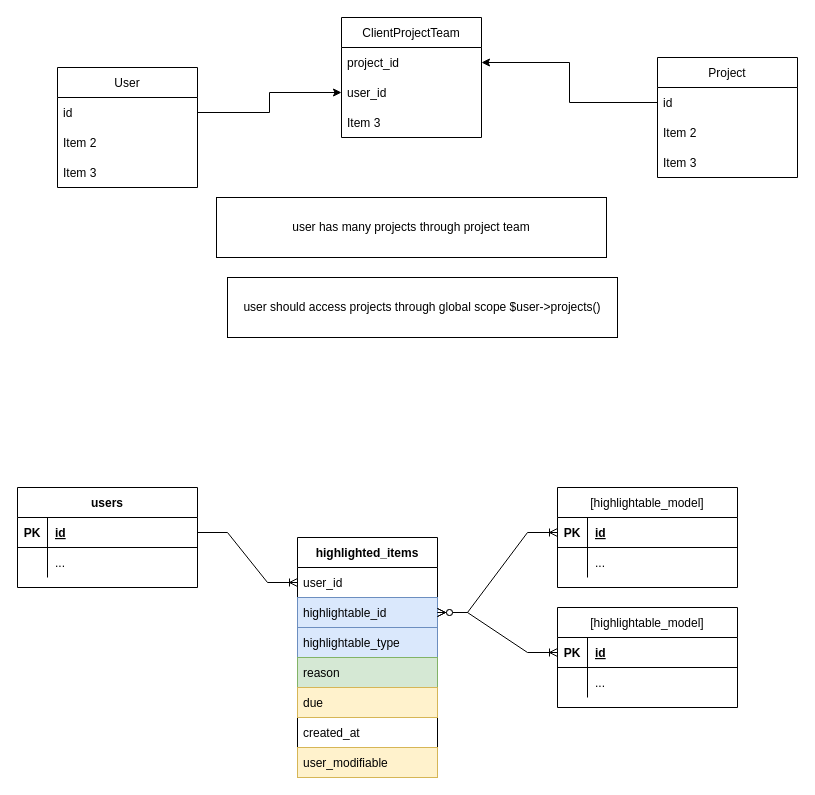
The draw.io diagram Untitled Diagram.drawio in atgote/diagrams, before the edit. Source tidied: cells renumbered, new cells numbered last; positions are measured from the earlier drawing's top-left corner, leaving out a move shared by most shapes. Both pictures are drawn from the tidied source at 100%, with x=0, y=0 at pixel (17, 17).
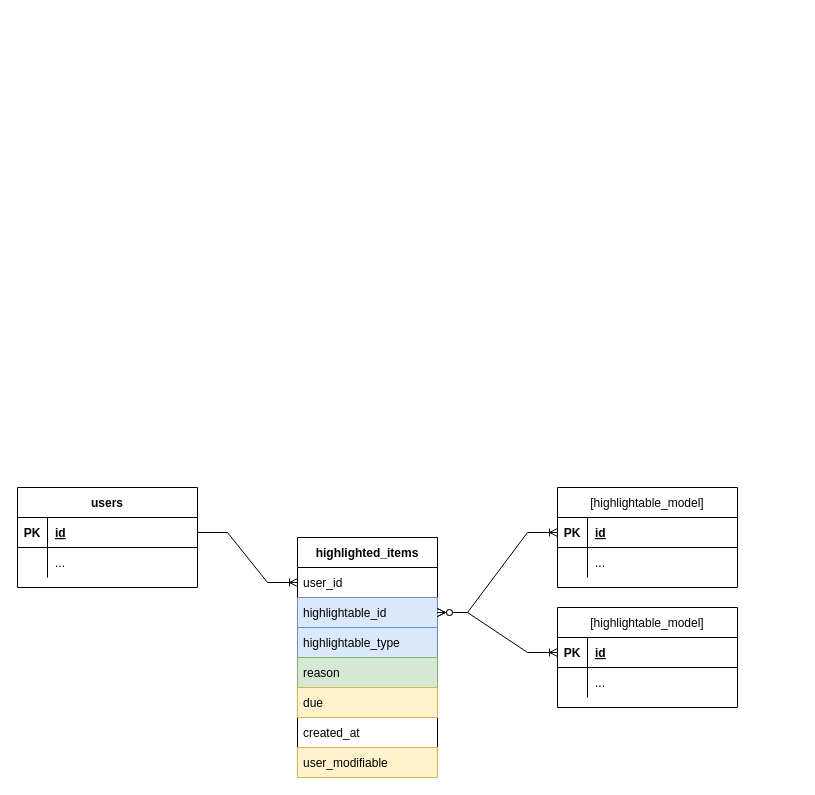
Above is the later version.

What changed in the source:
```diff
@@
-    <mxCell id="2" value="User" style="swimlane;fontStyle=0;horizontal=1;startSize=30;" parent="1" vertex="1">
-      <mxGeometry x="40" y="50" width="140" height="120" as="geometry" />
-    </mxCell>
-    <mxCell id="3" value="id" style="text;strokeColor=none;fillColor=none;align=left;verticalAlign=middle;spacingLeft=4;spacingRight=4;overflow=hidden;points=[[0,0.5],[1,0.5]];portConstraint=eastwest;" parent="2" vertex="1">
-      <mxGeometry y="30" width="140" height="30" as="geometry" />
-    </mxCell>
-    <mxCell id="4" value="Item 2" style="text;strokeColor=none;fillColor=none;align=left;verticalAlign=middle;spacingLeft=4;spacingRight=4;overflow=hidden;" parent="2" vertex="1">
-      <mxGeometry y="60" width="140" height="30" as="geometry" />
-    </mxCell>
-    <mxCell id="5" value="Item 3" style="text;strokeColor=none;fillColor=none;align=left;verticalAlign=middle;spacingLeft=4;spacingRight=4;overflow=hidden;" parent="2" vertex="1">
-      <mxGeometry y="90" width="140" height="30" as="geometry" />
-    </mxCell>
-    <mxCell id="6" value="ClientProjectTeam" style="swimlane;fontStyle=0;horizontal=1;startSize=30;" parent="1" vertex="1">
-      <mxGeometry x="324" width="140" height="120" as="geometry" />
-    </mxCell>
-    <mxCell id="7" value="project_id" style="text;strokeColor=none;fillColor=none;align=left;verticalAlign=middle;spacingLeft=4;spacingRight=4;overflow=hidden;points=[[0,0.5],[1,0.5]];portConstraint=eastwest;" parent="6" vertex="1">
-      <mxGeometry y="30" width="140" height="30" as="geometry" />
-    </mxCell>
-    <mxCell id="8" value="user_id" style="text;strokeColor=none;fillColor=none;align=left;verticalAlign=middle;spacingLeft=4;spacingRight=4;overflow=hidden;points=[[0,0.5],[1,0.5]];portConstraint=eastwest;" parent="6" vertex="1">
-      <mxGeometry y="60" width="140" height="30" as="geometry" />
-    </mxCell>
-    <mxCell id="9" value="Item 3" style="text;strokeColor=none;fillColor=none;align=left;verticalAlign=middle;spacingLeft=4;spacingRight=4;overflow=hidden;" parent="6" vertex="1">
-      <mxGeometry y="90" width="140" height="30" as="geometry" />
-    </mxCell>
-    <mxCell id="10" style="edgeStyle=orthogonalEdgeStyle;rounded=0;jettySize=auto;html=1;exitX=1;exitY=0.5;exitDx=0;exitDy=0;entryX=0;entryY=0.5;entryDx=0;entryDy=0;" parent="1" edge="1" source="3" target="8">
-      <mxGeometry relative="1" as="geometry" />
-    </mxCell>
-    <mxCell id="11" value="Project" style="swimlane;fontStyle=0;horizontal=1;startSize=30;" parent="1" vertex="1">
-      <mxGeometry x="640" y="40" width="140" height="120" as="geometry" />
-    </mxCell>
-    <mxCell id="12" value="id" style="text;strokeColor=none;fillColor=none;align=left;verticalAlign=middle;spacingLeft=4;spacingRight=4;overflow=hidden;points=[[0,0.5],[1,0.5]];portConstraint=eastwest;" parent="11" vertex="1">
-      <mxGeometry y="30" width="140" height="30" as="geometry" />
-    </mxCell>
-    <mxCell id="13" value="Item 2" style="text;strokeColor=none;fillColor=none;align=left;verticalAlign=middle;spacingLeft=4;spacingRight=4;overflow=hidden;" parent="11" vertex="1">
-      <mxGeometry y="60" width="140" height="30" as="geometry" />
-    </mxCell>
-    <mxCell id="14" value="Item 3" style="text;strokeColor=none;fillColor=none;align=left;verticalAlign=middle;spacingLeft=4;spacingRight=4;overflow=hidden;" parent="11" vertex="1">
-      <mxGeometry y="90" width="140" height="30" as="geometry" />
-    </mxCell>
-    <mxCell id="15" style="edgeStyle=orthogonalEdgeStyle;rounded=0;jettySize=auto;html=1;exitX=0;exitY=0.5;exitDx=0;exitDy=0;entryX=1;entryY=0.5;entryDx=0;entryDy=0;" parent="1" edge="1" source="12" target="7">
-      <mxGeometry relative="1" as="geometry" />
-    </mxCell>
-    <mxCell id="16" value="user has many projects through project team" style="rounded=0;whiteSpace=wrap;html=1;" parent="1" vertex="1">
-      <mxGeometry x="199" y="180" width="390" height="60" as="geometry" />
-    </mxCell>
-    <mxCell id="17" value="user should access projects through global scope $user-&amp;gt;projects()" style="rounded=0;whiteSpace=wrap;html=1;" parent="1" vertex="1">
-      <mxGeometry x="210" y="260" width="390" height="60" as="geometry" />
-    </mxCell>
```
